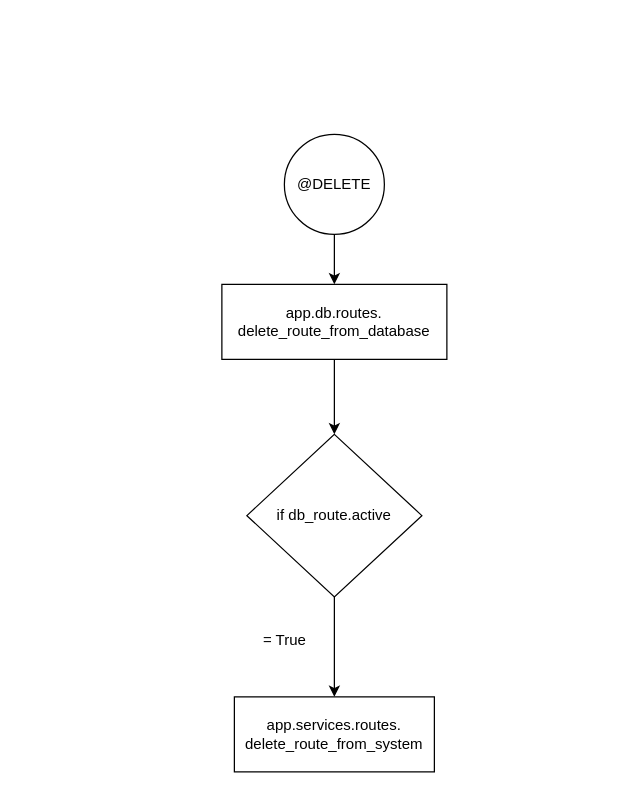
Before: page "DELETE" (3 of 6) of app_flow.drawio in 6G-SANDBOX/route-manager-api, a draw.io diagram. Source tidied: cells renumbered, new cells numbered last; positions are measured from the earlier drawing's top-left corner, leaving out a move shared by most shapes. Both pictures are drawn from the tidied source at 125%, with x=0, y=0 at pixel (221, 134).
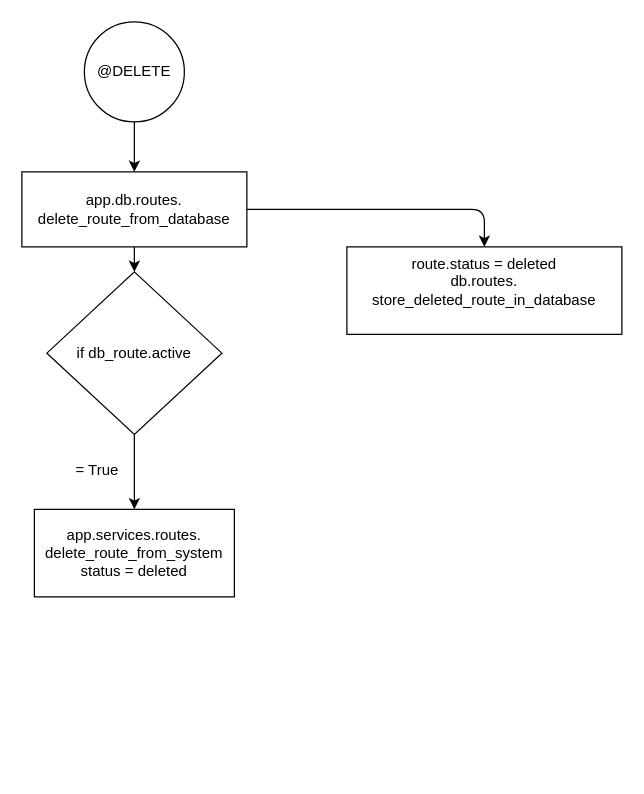
After the change.

Commit message (it also covers changes not shown here):
store deleted route in deleted routes table

Diff of the diagram source:
```diff
@@
 <mxGraphModel>
   <root>
     <mxCell id="0" />
     <mxCell id="1" parent="0" />
     <mxCell id="2" value="@DELETE" style="ellipse;whiteSpace=wrap;html=1;" parent="1" vertex="1">
-      <mxGeometry x="50" width="80" height="80" as="geometry" />
+      <mxGeometry x="-110" y="-90" width="80" height="80" as="geometry" />
     </mxCell>
     <mxCell id="3" style="edgeStyle=orthogonalEdgeStyle;rounded=0;jettySize=auto;html=1;exitX=0.5;exitY=1;exitDx=0;exitDy=0;" parent="1" edge="1" source="2" target="5">
       <mxGeometry relative="1" as="geometry" />
     </mxCell>
     <mxCell id="4" style="edgeStyle=none;html=1;" parent="1" edge="1" source="5" target="7">
       <mxGeometry relative="1" as="geometry" />
     </mxCell>
+    <mxCell id="10" style="edgeStyle=none;html=1;exitX=1;exitY=0.5;exitDx=0;exitDy=0;entryX=0.5;entryY=0;entryDx=0;entryDy=0;" parent="1" edge="1" source="5" target="11">
+      <mxGeometry relative="1" as="geometry">
+        <Array as="points">
+          <mxPoint x="210" y="60" />
+        </Array>
+      </mxGeometry>
+    </mxCell>
     <mxCell id="5" value="app.db.routes.&lt;br&gt;delete_route_from_database" style="whiteSpace=wrap;html=1;" parent="1" vertex="1">
-      <mxGeometry y="120" width="180" height="60" as="geometry" />
+      <mxGeometry x="-160" y="30" width="180" height="60" as="geometry" />
     </mxCell>
     <mxCell id="6" style="edgeStyle=orthogonalEdgeStyle;html=1;entryX=0.5;entryY=0;entryDx=0;entryDy=0;" parent="1" edge="1" source="7" target="8">
       <mxGeometry relative="1" as="geometry" />
     </mxCell>
     <mxCell id="7" value="if db_route.active" style="rhombus;whiteSpace=wrap;html=1;" parent="1" vertex="1">
-      <mxGeometry x="20" y="240" width="140" height="130" as="geometry" />
+      <mxGeometry x="-140" y="110" width="140" height="130" as="geometry" />
     </mxCell>
-    <mxCell id="8" value="app.services.routes.&lt;br&gt;delete_route_from_system" style="whiteSpace=wrap;html=1;" parent="1" vertex="1">
-      <mxGeometry x="10" y="450" width="160" height="60" as="geometry" />
+    <mxCell id="8" value="app.services.routes.&lt;br&gt;delete_route_from_system&lt;div&gt;status = deleted&lt;/div&gt;" style="whiteSpace=wrap;html=1;" parent="1" vertex="1">
+      <mxGeometry x="-150" y="300" width="160" height="70" as="geometry" />
     </mxCell>
     <mxCell id="9" value="= True" style="text;html=1;align=center;verticalAlign=middle;strokeColor=none;fillColor=none;" parent="1" vertex="1">
-      <mxGeometry x="20" y="390" width="60" height="30" as="geometry" />
+      <mxGeometry x="-130" y="254" width="60" height="30" as="geometry" />
     </mxCell>
+    <mxCell id="11" value="route.status = deleted&lt;div&gt;&lt;font color=&quot;#000000&quot;&gt;db.routes.&lt;/font&gt;&lt;/div&gt;&lt;div&gt;&lt;font color=&quot;#000000&quot;&gt;store_deleted_route_in_database&lt;br&gt;&lt;/font&gt;&lt;div&gt;&lt;br&gt;&lt;/div&gt;&lt;/div&gt;" style="whiteSpace=wrap;html=1;" parent="1" vertex="1">
+      <mxGeometry x="100" y="90" width="220" height="70" as="geometry" />
+    </mxCell>
   </root>
 </mxGraphModel>
```
